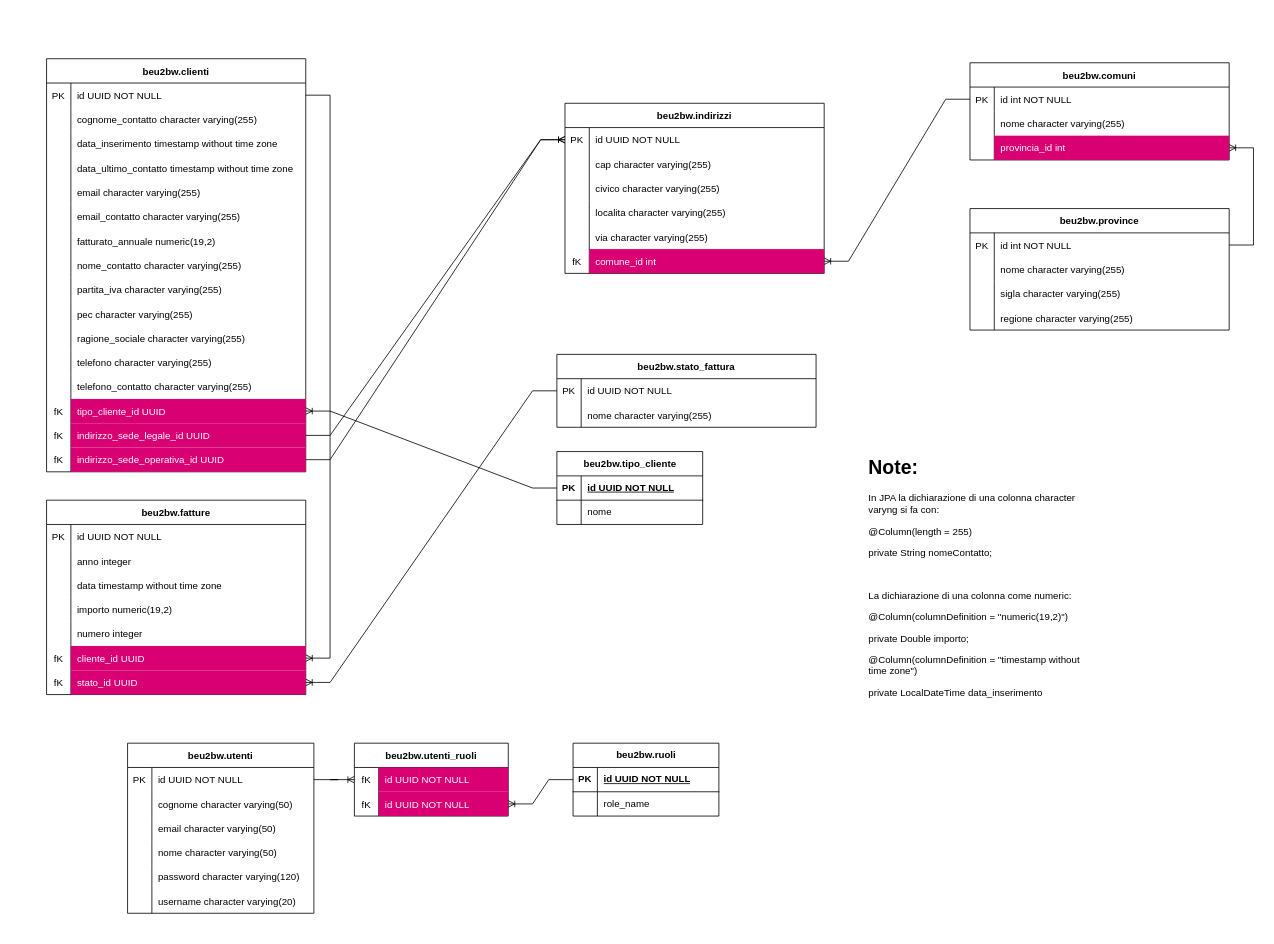
Before: Diagram.drawio in 12kpro/BE-U2-BW, a draw.io diagram. Source tidied: cells renumbered, new cells numbered last; positions are measured from the earlier drawing's top-left corner, leaving out a move shared by most shapes. Both pictures are drawn from the tidied source at 81%, with x=0, y=0 at pixel (46, 58).
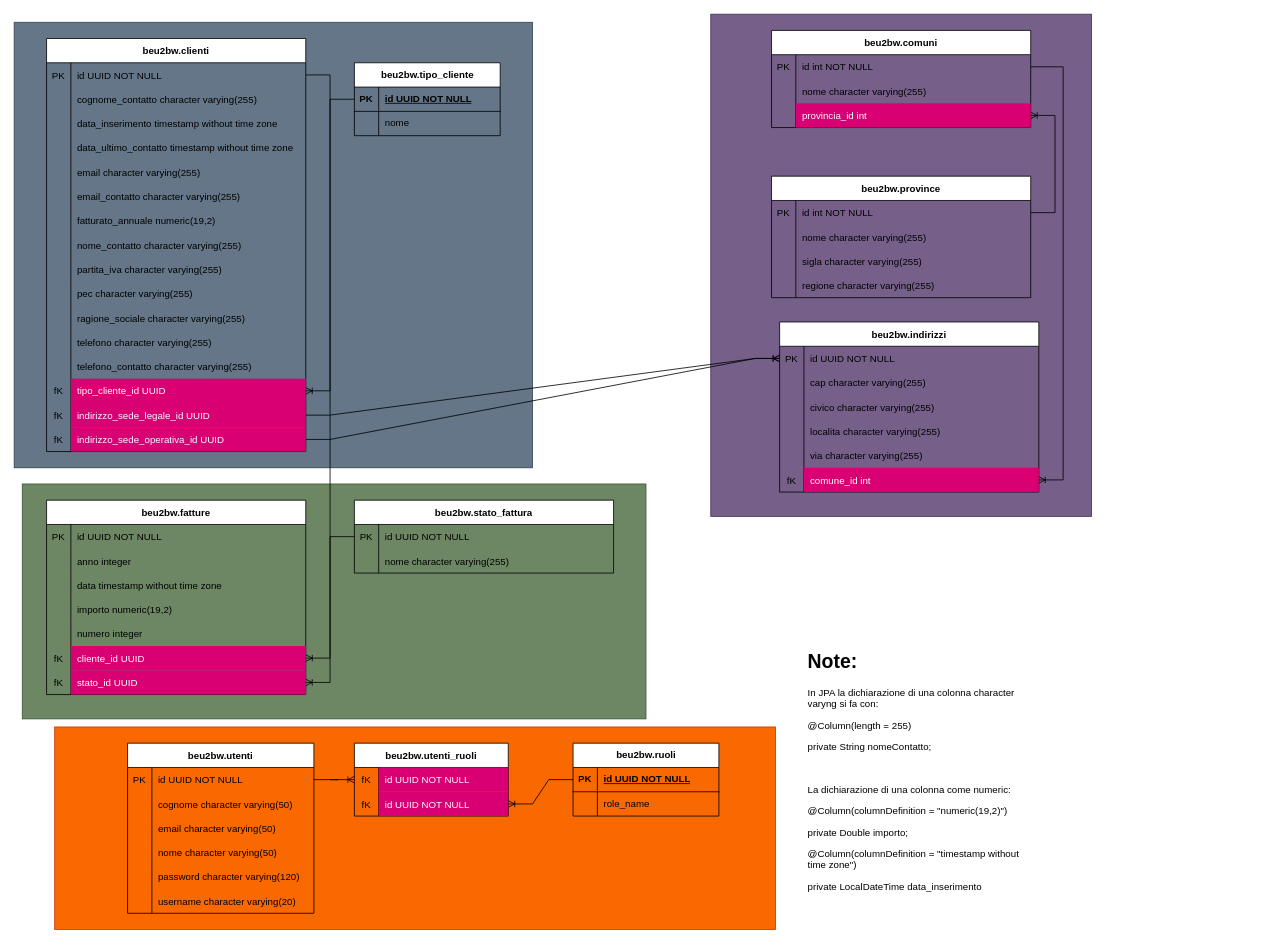
After the change.

Commit message:
Diagram suddivisione

Unchanged cells that the change refers to:
```xml
<mxCell id="58" style="shape=tableRow;horizontal=0;startSize=0;swimlaneHead=0;swimlaneBody=0;fillColor=none;points=[[0,0.5],[1,0.5]];portConstraint=eastwest;strokeColor=inherit;top=0;left=0;right=0;bottom=0;" parent="51" vertex="1">
  <mxGeometry y="90" width="320" height="30" as="geometry" />
</mxCell>
<mxCell id="103" style="shape=tableRow;horizontal=0;startSize=0;swimlaneHead=0;swimlaneBody=0;fillColor=none;points=[[0,0.5],[1,0.5]];portConstraint=eastwest;strokeColor=inherit;top=0;left=0;right=0;bottom=0;" parent="102" vertex="1">
  <mxGeometry y="30" width="320" height="30" as="geometry" />
</mxCell>
<mxCell id="126" style="shape=tableRow;horizontal=0;startSize=0;swimlaneHead=0;swimlaneBody=0;fillColor=none;points=[[0,0.5],[1,0.5]];portConstraint=eastwest;strokeColor=inherit;top=0;left=0;right=0;bottom=0;" parent="122" vertex="1">
  <mxGeometry y="60" width="190" height="30" as="geometry" />
</mxCell>
<mxCell id="150" style="shape=tableRow;horizontal=0;startSize=0;swimlaneHead=0;swimlaneBody=0;fillColor=none;points=[[0,0.5],[1,0.5]];portConstraint=eastwest;top=0;left=0;right=0;bottom=1;" parent="149" vertex="1">
  <mxGeometry y="30" width="180" height="30" as="geometry" />
</mxCell>
```

Diff of the diagram source:
```diff
@@
+    <mxCell id="172" style="rounded=0;whiteSpace=wrap;html=1;fillColor=#76608a;fontColor=#ffffff;strokeColor=#432D57;" parent="1" vertex="1">
+      <mxGeometry x="820" y="-55" width="470" height="620" as="geometry" />
+    </mxCell>
+    <mxCell id="173" style="rounded=0;whiteSpace=wrap;html=1;fillColor=#647687;strokeColor=#314354;fontColor=#ffffff;" parent="1" vertex="1">
+      <mxGeometry x="-40" y="-45" width="640" height="550" as="geometry" />
+    </mxCell>
+    <mxCell id="174" style="rounded=0;whiteSpace=wrap;html=1;fillColor=#6d8764;fontColor=#ffffff;strokeColor=#3A5431;" parent="1" vertex="1">
+      <mxGeometry x="-30" y="525" width="770" height="290" as="geometry" />
+    </mxCell>
+    <mxCell id="175" style="rounded=0;whiteSpace=wrap;html=1;fillColor=#fa6800;fontColor=#000000;strokeColor=#C73500;glass=0;" parent="1" vertex="1">
+      <mxGeometry x="10" y="825" width="890" height="250" as="geometry" />
+    </mxCell>
     <mxCell id="2" value="beu2bw.clienti" style="shape=table;startSize=30;childLayout=tableLayout;rowLines=0;fontStyle=1;align=center;" parent="1" vertex="1">
-      <mxGeometry width="320" height="510" as="geometry" />
+      <mxGeometry y="-25" width="320" height="510" as="geometry" />
     </mxCell>
@@
     <mxCell id="51" value="beu2bw.comuni" style="shape=table;startSize=30;childLayout=tableLayout;rowLines=0;fontStyle=1;align=center;" parent="1" vertex="1">
-      <mxGeometry x="1140" y="5" width="320" height="120" as="geometry" />
+      <mxGeometry x="895" y="-35" width="320" height="120" as="geometry" />
     </mxCell>
@@
     <mxCell id="83" value="beu2bw.indirizzi" style="shape=table;startSize=30;childLayout=tableLayout;rowLines=0;fontStyle=1;align=center;" parent="1" vertex="1">
-      <mxGeometry x="640" y="55" width="320" height="210" as="geometry" />
+      <mxGeometry x="905" y="325" width="320" height="210" as="geometry" />
     </mxCell>
@@
     <mxCell id="102" value="beu2bw.province" style="shape=table;startSize=30;childLayout=tableLayout;rowLines=0;fontStyle=1;align=center;" parent="1" vertex="1">
-      <mxGeometry x="1140" y="185" width="320" height="150" as="geometry" />
+      <mxGeometry x="895" y="145" width="320" height="150" as="geometry" />
     </mxCell>
@@
     <mxCell id="115" value="beu2bw.stato_fattura" style="shape=table;startSize=30;childLayout=tableLayout;rowLines=0;fontStyle=1;align=center;" parent="1" vertex="1">
-      <mxGeometry x="630" y="365" width="320" height="90" as="geometry" />
+      <mxGeometry x="380" y="545" width="320" height="90" as="geometry" />
     </mxCell>
@@
+    <mxCell id="148" style="edgeStyle=entityRelationEdgeStyle;fontSize=12;html=1;endArrow=ERoneToMany;rounded=0;" parent="1" edge="1" source="103" target="58">
+      <mxGeometry relative="1" as="geometry" />
+    </mxCell>
@@
-    <mxCell id="148" style="edgeStyle=entityRelationEdgeStyle;fontSize=12;html=1;endArrow=ERoneToMany;rounded=0;" parent="1" edge="1" source="103" target="58">
-      <mxGeometry relative="1" as="geometry" />
-    </mxCell>
+    <mxCell id="156" style="edgeStyle=entityRelationEdgeStyle;fontSize=12;html=1;endArrow=ERoneToMany;rounded=0;" parent="1" edge="1" source="150" target="126">
+      <mxGeometry relative="1" as="geometry" />
+    </mxCell>
@@
-    <mxCell id="156" style="edgeStyle=entityRelationEdgeStyle;fontSize=12;html=1;endArrow=ERoneToMany;rounded=0;" parent="1" edge="1" source="150" target="126">
-      <mxGeometry relative="1" as="geometry" />
-    </mxCell>
@@
     <mxCell id="163" value="beu2bw.tipo_cliente" style="shape=table;startSize=30;childLayout=tableLayout;rowLines=0;fontStyle=1;align=center;html=1;" parent="1" vertex="1">
-      <mxGeometry x="630" y="485" width="180" height="90" as="geometry" />
+      <mxGeometry x="380" y="5" width="180" height="90" as="geometry" />
     </mxCell>
@@
     <mxCell id="171" value="&lt;h1&gt;Note:&lt;/h1&gt;&lt;p&gt;In JPA la dichiarazione di una colonna character varyng si fa con:&amp;nbsp;&amp;nbsp;&lt;/p&gt;&lt;p&gt;@Column(length = 255)&lt;/p&gt;&lt;p&gt;private String nomeContatto;&lt;/p&gt;&lt;p&gt;&lt;br&gt;&lt;/p&gt;&lt;p&gt;La dichiarazione di una colonna come numeric:&lt;/p&gt;&lt;p&gt;@Column(columnDefinition = &quot;numeric(19,2)&quot;)&lt;/p&gt;&lt;p&gt;private Double importo;&lt;/p&gt;&lt;p&gt;@Column(columnDefinition = &quot;timestamp without time zone&lt;span style=&quot;background-color: initial;&quot;&gt;&quot;)&lt;/span&gt;&lt;/p&gt;&lt;p&gt;&lt;span style=&quot;background-color: initial;&quot;&gt;private LocalDateTime data_inserimento&lt;/span&gt;&lt;/p&gt;" style="text;html=1;strokeColor=none;fillColor=none;spacing=5;spacingTop=-20;whiteSpace=wrap;overflow=hidden;rounded=0;" parent="1" vertex="1">
-      <mxGeometry x="1010" y="485" width="280" height="320" as="geometry" />
+      <mxGeometry x="935" y="725" width="280" height="320" as="geometry" />
     </mxCell>
```
